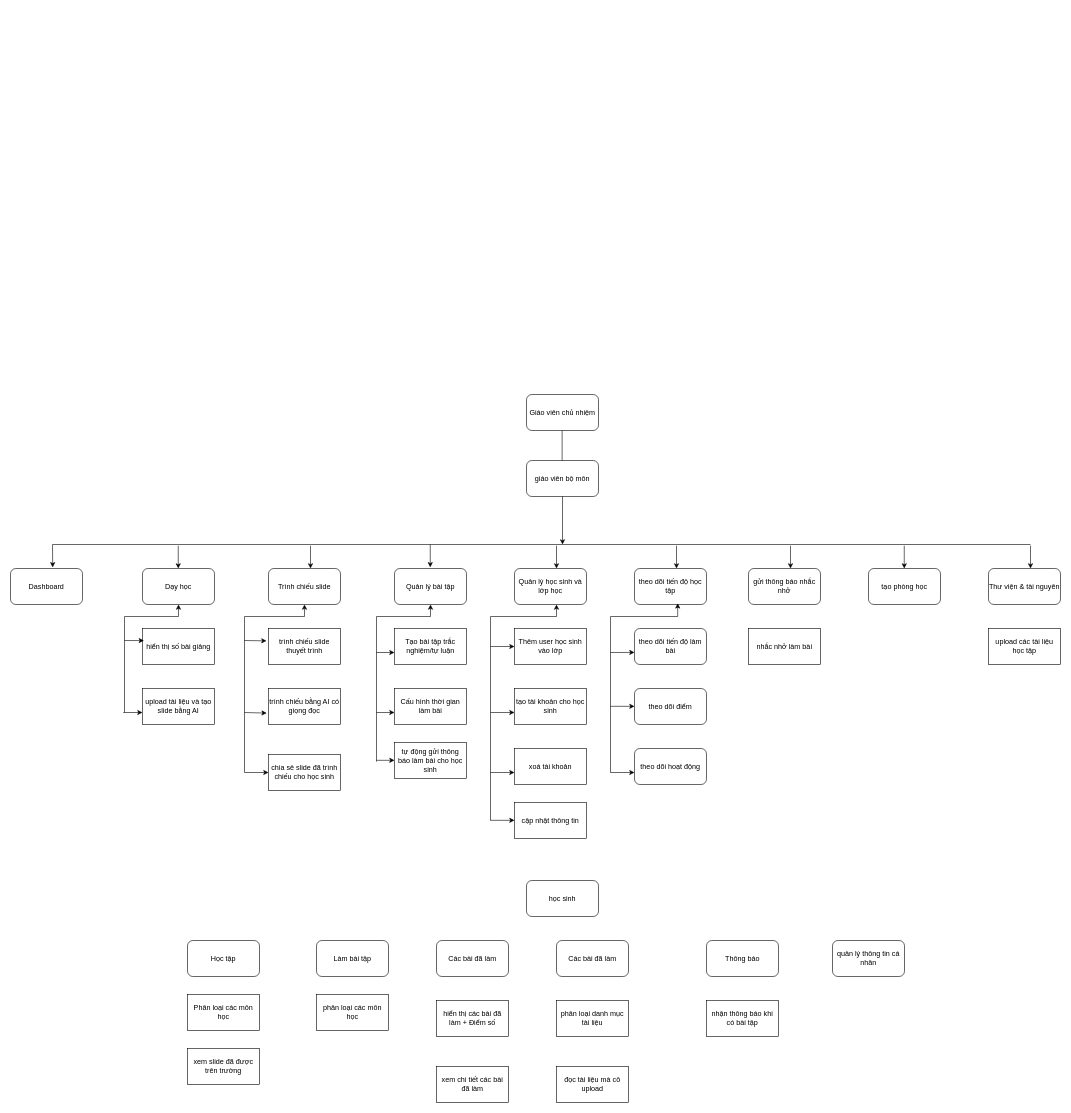
The draw.io diagram studydr.drawio in vuongnd03/black-had, before the edit. Source tidied: cells renumbered, new cells numbered last; positions are measured from the earlier drawing's top-left corner, leaving out a move shared by most shapes. Both pictures are drawn from the tidied source at 60%, with x=0, y=0 at pixel (10, 394).
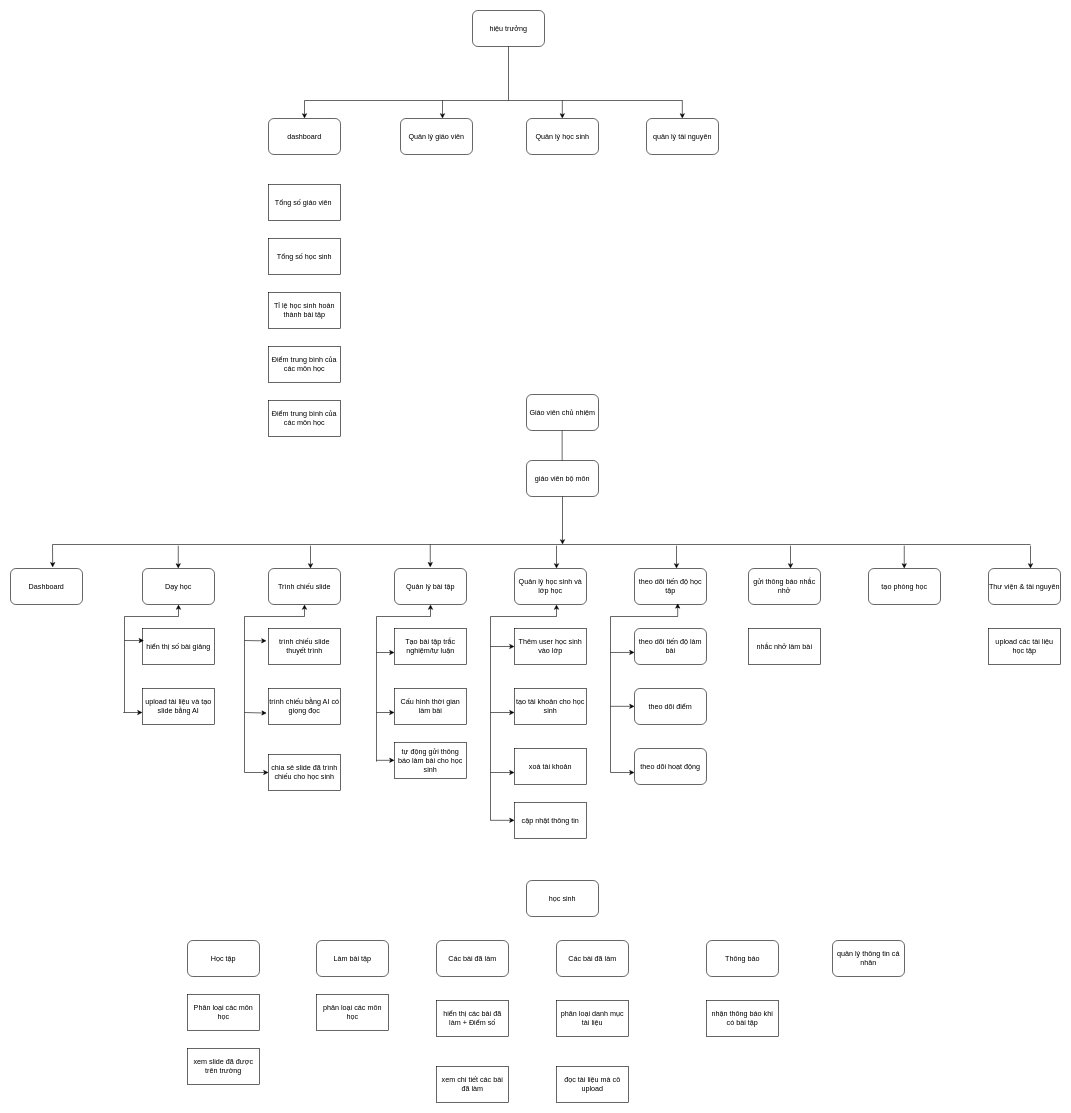
Above is the later version.

Commit message:
Cập nhật studydr.drawio

Diff of the diagram source:
```diff
@@
+    <mxCell id="82" value="hiệu trưởng" style="rounded=1;whiteSpace=wrap;html=1;" parent="1" vertex="1">
+      <mxGeometry x="770" y="-640" width="120" height="60" as="geometry" />
+    </mxCell>
+    <mxCell id="83" value="dashboard" style="rounded=1;whiteSpace=wrap;html=1;" parent="1" vertex="1">
+      <mxGeometry x="430" y="-460" width="120" height="60" as="geometry" />
+    </mxCell>
+    <mxCell id="84" value="Quản lý giáo viên" style="rounded=1;whiteSpace=wrap;html=1;" parent="1" vertex="1">
+      <mxGeometry x="650" y="-460" width="120" height="60" as="geometry" />
+    </mxCell>
+    <mxCell id="85" value="Quản lý học sinh" style="rounded=1;whiteSpace=wrap;html=1;" parent="1" vertex="1">
+      <mxGeometry x="860" y="-460" width="120" height="60" as="geometry" />
+    </mxCell>
+    <mxCell id="86" value="Tổng số giáo viên&amp;nbsp;" style="rounded=0;whiteSpace=wrap;html=1;" parent="1" vertex="1">
+      <mxGeometry x="430" y="-350" width="120" height="60" as="geometry" />
+    </mxCell>
+    <mxCell id="87" value="Tổng số học sinh" style="rounded=0;whiteSpace=wrap;html=1;" parent="1" vertex="1">
+      <mxGeometry x="430" y="-260" width="120" height="60" as="geometry" />
+    </mxCell>
+    <mxCell id="88" value="Tỉ lệ học sinh hoàn thành bài tập" style="rounded=0;whiteSpace=wrap;html=1;" parent="1" vertex="1">
+      <mxGeometry x="430" y="-170" width="120" height="60" as="geometry" />
+    </mxCell>
+    <mxCell id="89" value="Điểm trung bình của các môn học" style="rounded=0;whiteSpace=wrap;html=1;" parent="1" vertex="1">
+      <mxGeometry x="430" y="-80" width="120" height="60" as="geometry" />
+    </mxCell>
+    <mxCell id="90" value="Điểm trung bình của các môn học" style="rounded=0;whiteSpace=wrap;html=1;" parent="1" vertex="1">
+      <mxGeometry x="430" y="10" width="120" height="60" as="geometry" />
+    </mxCell>
+    <mxCell id="91" value="quản lý tài nguyên" style="rounded=1;whiteSpace=wrap;html=1;" parent="1" vertex="1">
+      <mxGeometry x="1060" y="-460" width="120" height="60" as="geometry" />
+    </mxCell>
+    <mxCell id="92" style="endArrow=none;html=1;rounded=0;" parent="1" edge="1">
+      <mxGeometry relative="1" as="geometry">
+        <mxPoint x="490" y="-490" as="sourcePoint" />
+        <mxPoint x="1120" y="-490" as="targetPoint" />
+      </mxGeometry>
+    </mxCell>
+    <mxCell id="93" style="endArrow=classic;html=1;rounded=0;entryX=0.5;entryY=0;entryDx=0;entryDy=0;" parent="1" edge="1" target="83">
+      <mxGeometry relative="1" as="geometry">
+        <mxPoint x="490" y="-490" as="sourcePoint" />
+      </mxGeometry>
+    </mxCell>
+    <mxCell id="94" style="endArrow=classic;html=1;rounded=0;entryX=0.5;entryY=0;entryDx=0;entryDy=0;" parent="1" edge="1">
+      <mxGeometry relative="1" as="geometry">
+        <mxPoint x="720" y="-490" as="sourcePoint" />
+        <mxPoint x="720" y="-460" as="targetPoint" />
+      </mxGeometry>
+    </mxCell>
+    <mxCell id="95" style="endArrow=classic;html=1;rounded=0;entryX=0.5;entryY=0;entryDx=0;entryDy=0;" parent="1" edge="1">
+      <mxGeometry relative="1" as="geometry">
+        <mxPoint x="919.7" y="-490" as="sourcePoint" />
+        <mxPoint x="919.7" y="-460" as="targetPoint" />
+      </mxGeometry>
+    </mxCell>
+    <mxCell id="96" style="endArrow=classic;html=1;rounded=0;entryX=0.5;entryY=0;entryDx=0;entryDy=0;" parent="1" edge="1">
+      <mxGeometry relative="1" as="geometry">
+        <mxPoint x="1119.7" y="-490" as="sourcePoint" />
+        <mxPoint x="1119.7" y="-460" as="targetPoint" />
+      </mxGeometry>
+    </mxCell>
+    <mxCell id="97" style="endArrow=none;html=1;rounded=0;" parent="1" edge="1">
+      <mxGeometry relative="1" as="geometry">
+        <mxPoint x="830" y="-490" as="sourcePoint" />
+        <mxPoint x="830" y="-580" as="targetPoint" />
+      </mxGeometry>
+    </mxCell>
```
